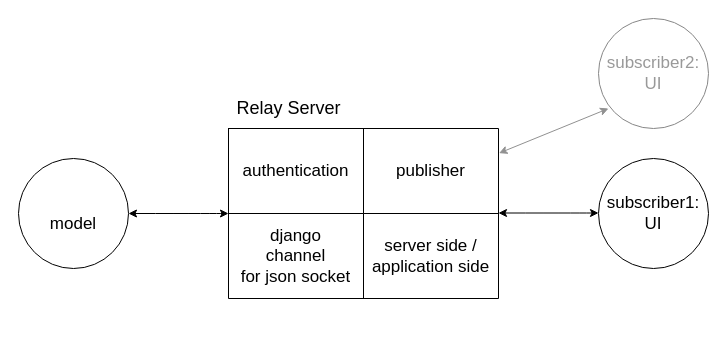
Before: relay_server.drawio in chauchausoup/major_diagrams, a draw.io diagram. Source tidied: cells renumbered, new cells numbered last; positions are measured from the earlier drawing's top-left corner, leaving out a move shared by most shapes. Both pictures are drawn from the tidied source at 100%, with x=0, y=0 at pixel (18, 18).
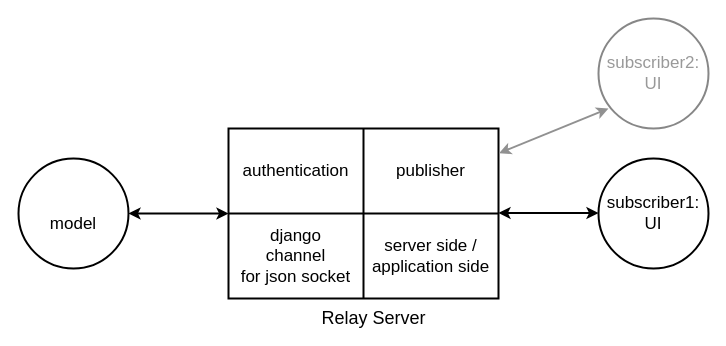
Above is the later version.

The edit, as a diff of the source:
```diff
@@
 <mxGraphModel>
   <root>
     <mxCell id="0" />
     <mxCell id="1" parent="0" />
-    <mxCell id="2" style="edgeStyle=orthogonalEdgeStyle;rounded=0;jettySize=auto;html=1;fontSize=17;curved=1;startArrow=classic;startFill=1;" parent="1" edge="1" source="3" target="11">
+    <mxCell id="2" style="edgeStyle=orthogonalEdgeStyle;rounded=0;jettySize=auto;html=1;fontSize=17;curved=1;startArrow=classic;startFill=1;strokeWidth=2;" parent="1" edge="1" source="3" target="11">
       <mxGeometry relative="1" as="geometry" />
     </mxCell>
-    <mxCell id="3" style="shape=table;html=1;whiteSpace=wrap;startSize=0;childLayout=tableLayout;fontSize=17;" parent="1" vertex="1">
+    <mxCell id="3" style="shape=table;html=1;whiteSpace=wrap;startSize=0;childLayout=tableLayout;fontSize=17;strokeWidth=2;" parent="1" vertex="1">
       <mxGeometry x="210" y="110" width="270" height="170" as="geometry" />
     </mxCell>
-    <mxCell id="4" style="shape=partialRectangle;html=1;whiteSpace=wrap;fillColor=none;top=0;left=0;bottom=0;right=0;points=[[0,0.5],[1,0.5]];portConstraint=eastwest;fontSize=17;" parent="3" vertex="1">
+    <mxCell id="4" style="shape=partialRectangle;html=1;whiteSpace=wrap;fillColor=none;top=0;left=0;bottom=0;right=0;points=[[0,0.5],[1,0.5]];portConstraint=eastwest;fontSize=17;strokeWidth=2;" parent="3" vertex="1">
       <mxGeometry width="270" height="85" as="geometry" />
     </mxCell>
-    <mxCell id="5" value="authentication" style="shape=partialRectangle;html=1;whiteSpace=wrap;overflow=hidden;fillColor=none;top=0;left=0;bottom=0;right=0;fontSize=17;" parent="4" vertex="1">
+    <mxCell id="5" value="authentication" style="shape=partialRectangle;html=1;whiteSpace=wrap;overflow=hidden;fillColor=none;top=0;left=0;bottom=0;right=0;fontSize=17;strokeWidth=2;" parent="4" vertex="1">
       <mxGeometry width="135" height="85" as="geometry" />
     </mxCell>
-    <mxCell id="6" value="publisher" style="shape=partialRectangle;html=1;whiteSpace=wrap;overflow=hidden;fillColor=none;top=0;left=0;bottom=0;right=0;fontSize=17;" parent="4" vertex="1">
+    <mxCell id="6" value="publisher" style="shape=partialRectangle;html=1;whiteSpace=wrap;overflow=hidden;fillColor=none;top=0;left=0;bottom=0;right=0;fontSize=17;strokeWidth=2;" parent="4" vertex="1">
       <mxGeometry x="135" width="135" height="85" as="geometry" />
     </mxCell>
-    <mxCell id="7" style="shape=partialRectangle;html=1;whiteSpace=wrap;fillColor=none;top=0;left=0;bottom=0;right=0;fontSize=17;" parent="3" vertex="1">
+    <mxCell id="7" style="shape=partialRectangle;html=1;whiteSpace=wrap;fillColor=none;top=0;left=0;bottom=0;right=0;fontSize=17;strokeWidth=2;" parent="3" vertex="1">
       <mxGeometry y="85" width="270" height="85" as="geometry" />
     </mxCell>
-    <mxCell id="8" value="django&lt;br style=&quot;font-size: 17px;&quot;&gt;channel&lt;br style=&quot;font-size: 17px;&quot;&gt;for json socket" style="shape=partialRectangle;html=1;whiteSpace=wrap;overflow=hidden;fillColor=none;top=0;left=0;bottom=0;right=0;fontSize=17;" parent="7" vertex="1">
+    <mxCell id="8" value="django&lt;br style=&quot;font-size: 17px;&quot;&gt;channel&lt;br style=&quot;font-size: 17px;&quot;&gt;for json socket" style="shape=partialRectangle;html=1;whiteSpace=wrap;overflow=hidden;fillColor=none;top=0;left=0;bottom=0;right=0;fontSize=17;strokeWidth=2;" parent="7" vertex="1">
       <mxGeometry width="135" height="85" as="geometry" />
     </mxCell>
-    <mxCell id="9" value="server side /&lt;br style=&quot;font-size: 17px;&quot;&gt;application side" style="shape=partialRectangle;html=1;whiteSpace=wrap;overflow=hidden;fillColor=none;top=0;left=0;bottom=0;right=0;fontSize=17;" parent="7" vertex="1">
+    <mxCell id="9" value="server side /&lt;br style=&quot;font-size: 17px;&quot;&gt;application side" style="shape=partialRectangle;html=1;whiteSpace=wrap;overflow=hidden;fillColor=none;top=0;left=0;bottom=0;right=0;fontSize=17;strokeWidth=2;" parent="7" vertex="1">
       <mxGeometry x="135" width="135" height="85" as="geometry" />
     </mxCell>
-    <mxCell id="10" value="subscriber1:&lt;br style=&quot;font-size: 17px;&quot;&gt;UI" style="ellipse;whiteSpace=wrap;html=1;fontSize=17;" parent="1" vertex="1">
+    <mxCell id="10" value="subscriber1:&lt;br style=&quot;font-size: 17px;&quot;&gt;UI" style="ellipse;whiteSpace=wrap;html=1;fontSize=17;strokeWidth=2;" parent="1" vertex="1">
       <mxGeometry x="580" y="140" width="110" height="110" as="geometry" />
     </mxCell>
-    <mxCell id="11" value="&amp;nbsp;&lt;br style=&quot;font-size: 17px&quot;&gt;model" style="ellipse;whiteSpace=wrap;html=1;fontSize=17;" parent="1" vertex="1">
+    <mxCell id="11" value="&amp;nbsp;&lt;br style=&quot;font-size: 17px&quot;&gt;model" style="ellipse;whiteSpace=wrap;html=1;fontSize=17;strokeWidth=2;" parent="1" vertex="1">
       <mxGeometry y="140" width="110" height="110" as="geometry" />
     </mxCell>
-    <mxCell id="12" style="edgeStyle=orthogonalEdgeStyle;rounded=0;orthogonalLoop=1;jettySize=auto;html=1;fontSize=17;curved=1;startArrow=classic;startFill=1;" parent="1" edge="1">
+    <mxCell id="12" style="edgeStyle=orthogonalEdgeStyle;rounded=0;orthogonalLoop=1;jettySize=auto;html=1;fontSize=17;curved=1;startArrow=classic;startFill=1;strokeWidth=2;" parent="1" edge="1">
       <mxGeometry relative="1" as="geometry">
         <mxPoint x="580" y="194.5" as="sourcePoint" />
         <mxPoint x="480" y="194.5" as="targetPoint" />
       </mxGeometry>
     </mxCell>
-    <mxCell id="13" value="&lt;font style=&quot;font-size: 18px&quot;&gt;Relay Server&lt;/font&gt;" style="text;html=1;align=center;verticalAlign=middle;" parent="1" vertex="1">
-      <mxGeometry x="210" y="80" width="120" height="20" as="geometry" />
+    <mxCell id="13" value="&lt;font style=&quot;font-size: 18px&quot;&gt;Relay Server&lt;/font&gt;" style="text;html=1;align=center;verticalAlign=middle;strokeWidth=2;" parent="1" vertex="1">
+      <mxGeometry x="295" y="290" width="120" height="20" as="geometry" />
     </mxCell>
-    <mxCell id="14" value="&lt;font color=&quot;#999999&quot;&gt;subscriber2:&lt;br style=&quot;font-size: 17px&quot;&gt;UI&lt;/font&gt;" style="ellipse;whiteSpace=wrap;html=1;fontSize=17;strokeColor=#878787;" parent="1" vertex="1">
+    <mxCell id="14" value="&lt;font color=&quot;#999999&quot;&gt;subscriber2:&lt;br style=&quot;font-size: 17px&quot;&gt;UI&lt;/font&gt;" style="ellipse;whiteSpace=wrap;html=1;fontSize=17;strokeColor=#878787;strokeWidth=2;" parent="1" vertex="1">
       <mxGeometry x="580" width="110" height="110" as="geometry" />
     </mxCell>
-    <mxCell id="15" style="rounded=0;jettySize=auto;html=1;fontSize=17;startArrow=classic;startFill=1;entryX=1.002;entryY=0.29;entryDx=0;entryDy=0;entryPerimeter=0;strokeColor=#919191;" parent="1" edge="1" target="4">
+    <mxCell id="15" style="rounded=0;jettySize=auto;html=1;fontSize=17;startArrow=classic;startFill=1;entryX=1.002;entryY=0.29;entryDx=0;entryDy=0;entryPerimeter=0;strokeColor=#919191;strokeWidth=2;" parent="1" edge="1" target="4">
       <mxGeometry relative="1" as="geometry">
         <mxPoint x="590" y="90" as="sourcePoint" />
       </mxGeometry>
     </mxCell>
   </root>
 </mxGraphModel>
```
